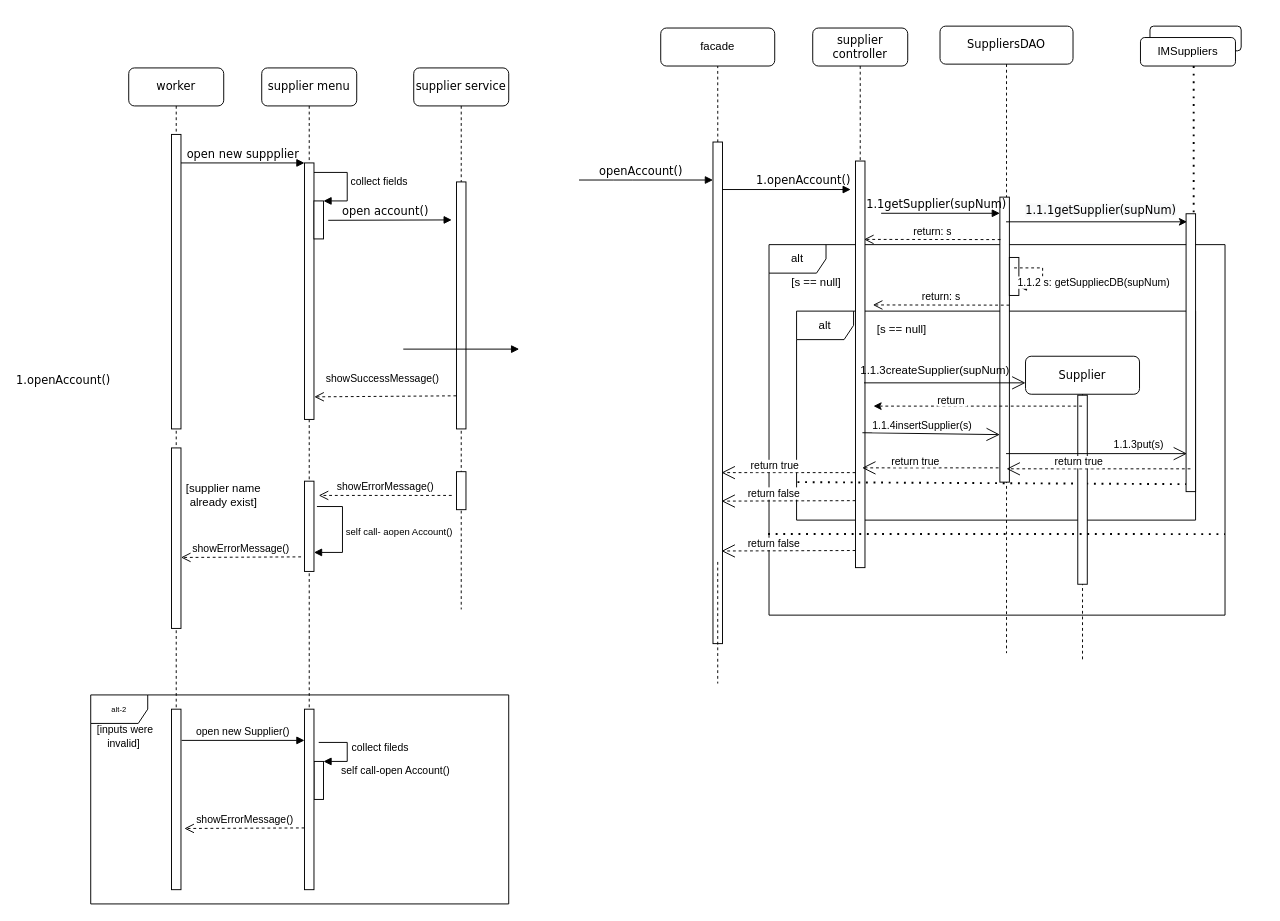
Above: page "Page-1" (1 of 2) of docs/use case diagram/sequence diagram scenario d.drawio in Naveavra/Market (draw.io), before the change. Source tidied: cells renumbered, new cells numbered last; positions are measured from the earlier drawing's top-left corner, leaving out a move shared by most shapes. Both pictures are drawn from the tidied source at 95%, with x=0, y=0 at pixel (85, 26).
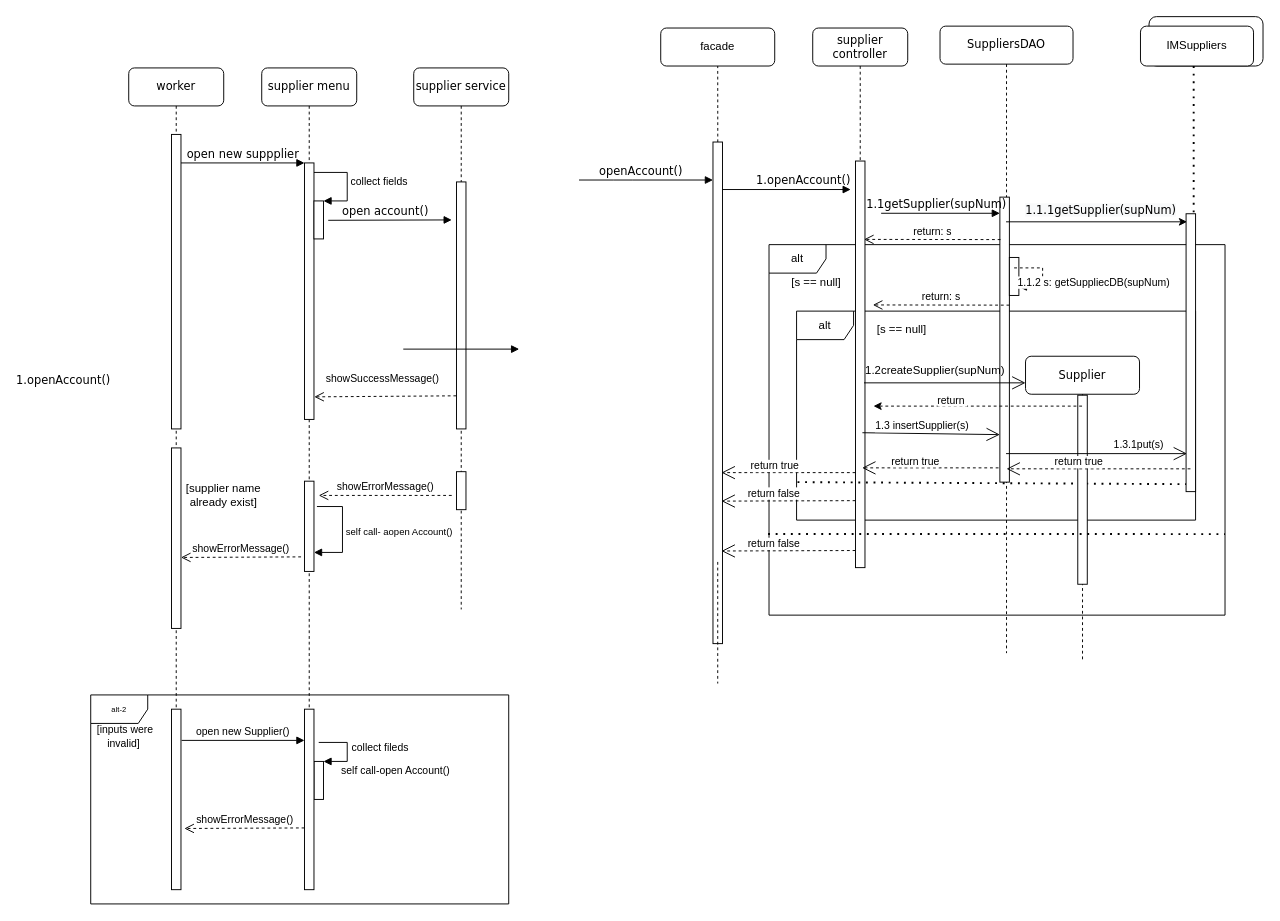
The same diagram, later.

Unchanged cells that the change refers to:
```xml
<mxCell id="65" style="endArrow=open;endFill=1;endSize=12;html=1;rounded=0;" parent="1" edge="1">
  <mxGeometry relative="1" as="geometry">
    <mxPoint x="818.3" y="428" as="sourcePoint" />
    <mxPoint x="963" y="430" as="targetPoint" />
  </mxGeometry>
</mxCell>
<mxCell id="67" style="endArrow=open;endFill=1;endSize=12;html=1;rounded=0;" parent="1" edge="1" source="25">
  <mxGeometry relative="1" as="geometry">
    <mxPoint x="1160" y="450" as="targetPoint" />
  </mxGeometry>
</mxCell>
```

The edit, as a diff of the source:
```diff
@@
+    <mxCell id="77" style="rounded=1;whiteSpace=wrap;html=1;" parent="1" vertex="1">
+      <mxGeometry x="1120" y="-10" width="120" height="52" as="geometry" />
+    </mxCell>
@@
-    <mxCell id="4" style="rounded=1;whiteSpace=wrap;html=1;" parent="1" vertex="1">
-      <mxGeometry x="1121" width="96" height="26" as="geometry" />
-    </mxCell>
@@
     <mxCell id="51" value="IMSuppliers" style="rounded=1;whiteSpace=wrap;html=1;" parent="1" vertex="1">
-      <mxGeometry x="1111" y="12" width="100" height="30" as="geometry" />
+      <mxGeometry x="1111" width="119" height="42" as="geometry" />
     </mxCell>
@@
-    <mxCell id="62" value="1.1.3createSupplier(supNum)" style="text;html=1;strokeColor=none;fillColor=none;align=center;verticalAlign=middle;whiteSpace=wrap;rounded=0;" parent="1" vertex="1">
+    <mxCell id="62" value="1.2createSupplier(supNum)" style="text;html=1;strokeColor=none;fillColor=none;align=center;verticalAlign=middle;whiteSpace=wrap;rounded=0;" parent="1" vertex="1">
       <mxGeometry x="830" y="347.5" width="130" height="30" as="geometry" />
     </mxCell>
@@
-    <mxCell id="66" value="1.1.4insertSupplier(s)" style="edgeLabel;html=1;align=center;verticalAlign=middle;" parent="65" vertex="1">
+    <mxCell id="66" value="1.3 insertSupplier(s)" style="edgeLabel;html=1;align=center;verticalAlign=middle;" parent="65" vertex="1">
       <mxGeometry x="-0.26" y="9" relative="1" as="geometry">
         <mxPoint x="8" y="1" as="offset" />
       </mxGeometry>
     </mxCell>
@@
-    <mxCell id="68" value="1.1.3put(s)" style="edgeLabel;html=1;align=center;verticalAlign=middle;" parent="67" vertex="1">
+    <mxCell id="68" value="1.3.1put(s)" style="edgeLabel;html=1;align=center;verticalAlign=middle;" parent="67" vertex="1">
       <mxGeometry x="0.46" y="10" relative="1" as="geometry" />
     </mxCell>
```
